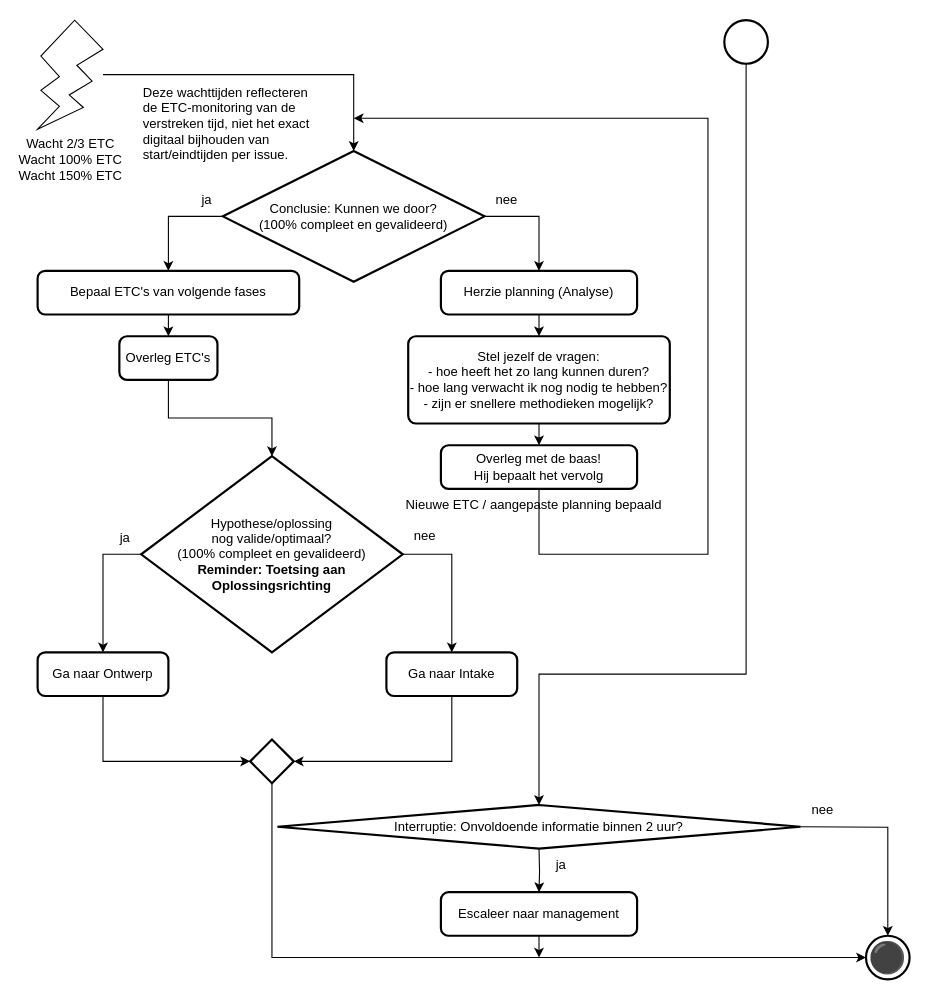
This is 2 Issue Tracker analyse.drawio from Zaibatsu89/IssueTracker, a draw.io file, before an edit. Source tidied: cells renumbered, new cells numbered last; positions are measured from the earlier drawing's top-left corner, leaving out a move shared by most shapes. Both pictures are drawn from the tidied source at 109%, with x=0, y=0 at pixel (37, 20).
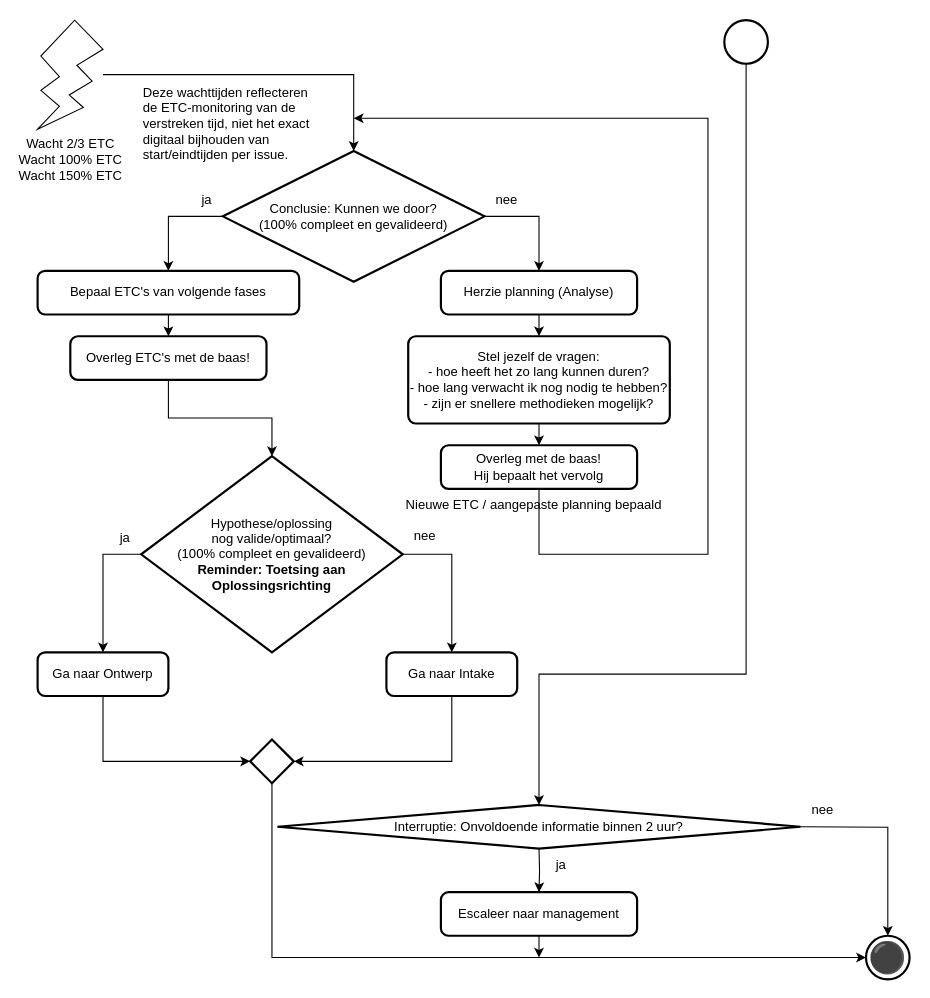
Above is the later version.

Commit message:
overeenstemming over conclusie expliciet met JW benoemen in analyse van flowchart

The edit, as a diff of the source:
```diff
@@
-    <mxCell id="9" value="Overleg ETC's" style="rounded=1;whiteSpace=wrap;html=1;absoluteArcSize=1;arcSize=14;strokeWidth=2;" parent="1" vertex="1">
-      <mxGeometry x="75" y="290" width="90" height="40" as="geometry" />
+    <mxCell id="9" value="Overleg ETC's met de baas!" style="rounded=1;whiteSpace=wrap;html=1;absoluteArcSize=1;arcSize=14;strokeWidth=2;" parent="1" vertex="1">
+      <mxGeometry x="30" y="290" width="180" height="40" as="geometry" />
     </mxCell>
```
